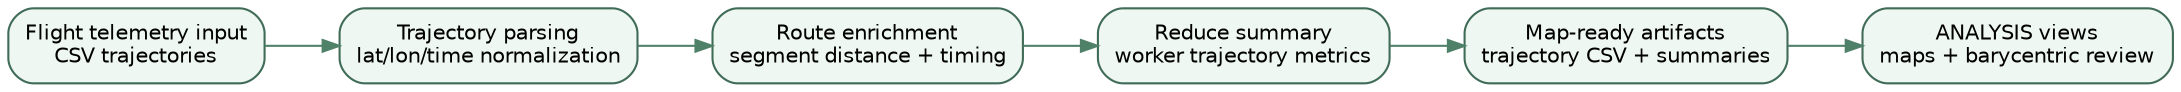
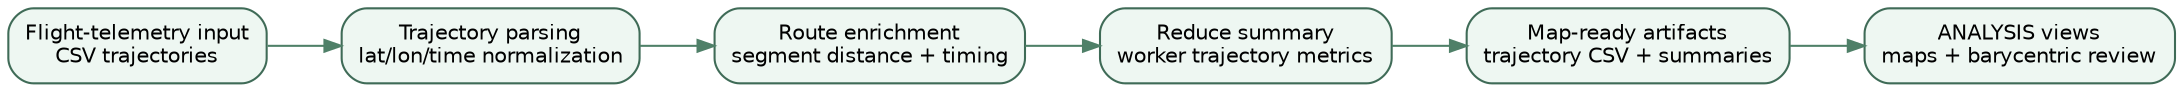
digraph flight_pipeline {
  rankdir=LR;
  graph [fontname="Helvetica", fontsize=10];
  node [shape=box, style="rounded,filled", fillcolor="#EEF7F2", color="#3F6B57", fontname="Helvetica", fontsize=10];
  edge [color="#4F8068", arrowsize=0.8];

-   dataset [label="Flight telemetry input\nCSV trajectories"];
+   dataset [label="Flight-telemetry input\nCSV trajectories"];
  decode [label="Trajectory parsing\nlat/lon/time normalization"];
  enrich [label="Route enrichment\nsegment distance + timing"];
  reduce [label="Reduce summary\nworker trajectory metrics"];
  artifacts [label="Map-ready artifacts\ntrajectory CSV + summaries"];
  analysis [label="ANALYSIS views\nmaps + barycentric review"];

  dataset -> decode -> enrich -> reduce -> artifacts -> analysis;
}
